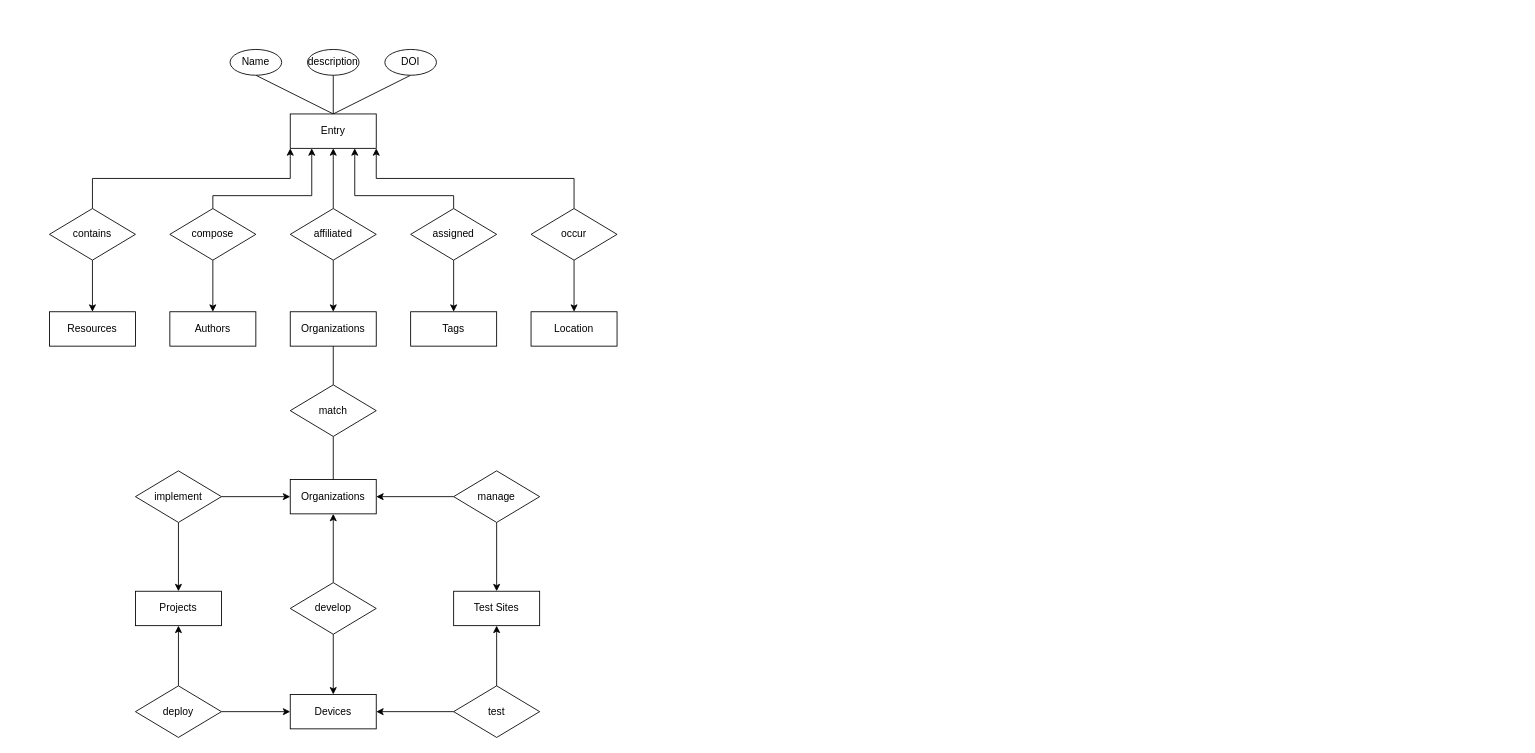
Above: resources/PRIMRE KHs tabular structure.drawio in domdecanio/primrea (draw.io), before the change. Source tidied: cells renumbered, new cells numbered last; positions are measured from the earlier drawing's top-left corner, leaving out a move shared by most shapes. Both pictures are drawn from the tidied source at 86%, with x=0, y=0 at pixel (49, 49).
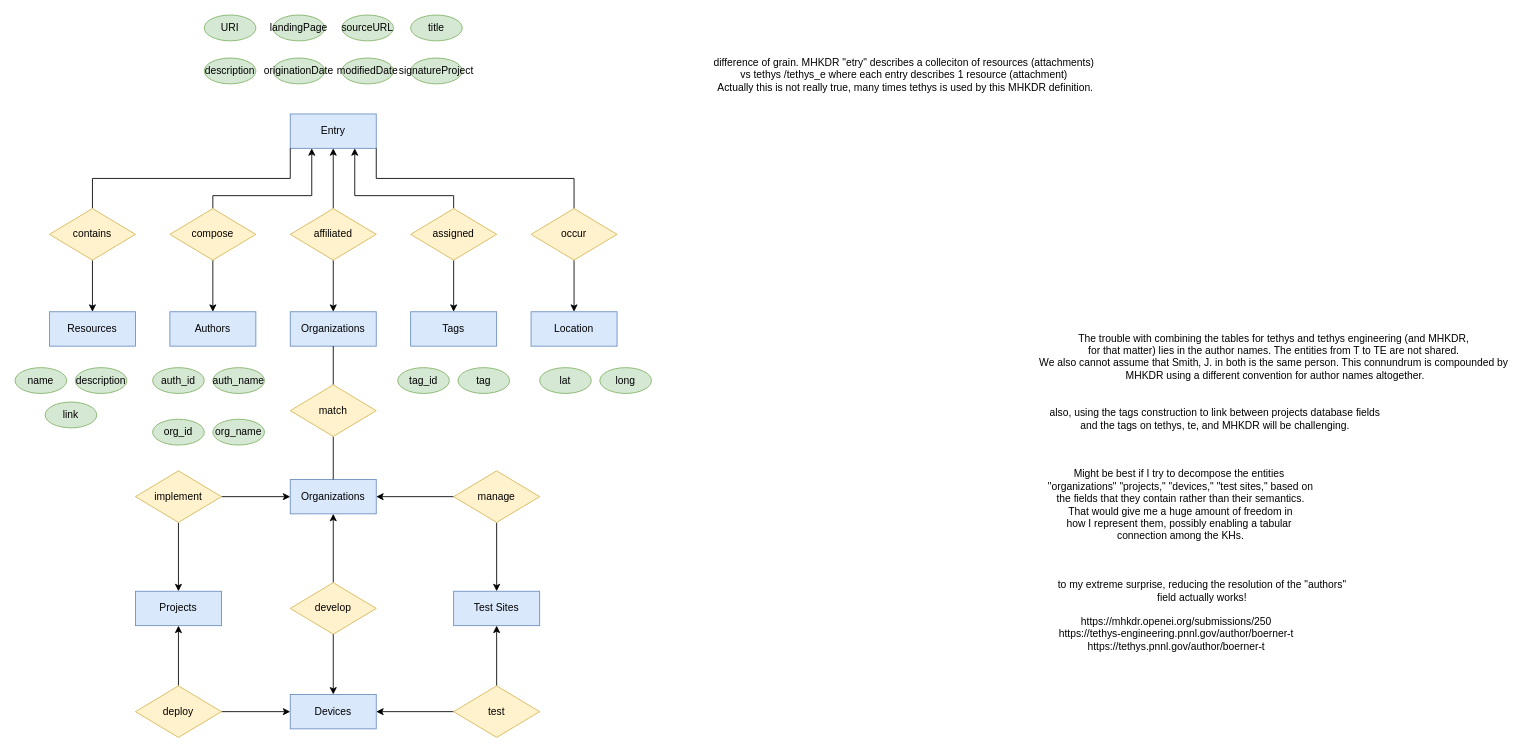
The same page after the edit.

Commit message (it also covers changes not shown here):
Enumerated variables, verified KHs, began diagram revisions

Diff of the diagram source:
```diff
@@
-    <mxCell id="2" value="Tags" style="whiteSpace=wrap;html=1;align=center;" parent="1" vertex="1">
+    <mxCell id="2" value="Tags" style="whiteSpace=wrap;html=1;align=center;fillColor=#dae8fc;strokeColor=#6c8ebf;" parent="1" vertex="1">
       <mxGeometry x="420" y="305" width="100" height="40" as="geometry" />
     </mxCell>
-    <mxCell id="3" style="edgeStyle=orthogonalEdgeStyle;rounded=0;jettySize=auto;html=1;exitX=0.5;exitY=0;exitDx=0;exitDy=0;entryX=0.5;entryY=1;entryDx=0;entryDy=0;fontFamily=Helvetica;fontSize=12;fontColor=default;endArrow=none;endFill=0;" parent="1" edge="1" source="6" target="18">
-      <mxGeometry relative="1" as="geometry" />
-    </mxCell>
-    <mxCell id="4" style="rounded=0;jettySize=auto;html=1;exitX=0.5;exitY=0;exitDx=0;exitDy=0;entryX=0.5;entryY=1;entryDx=0;entryDy=0;fontFamily=Helvetica;fontSize=12;fontColor=default;endArrow=none;endFill=0;" parent="1" edge="1" source="6" target="19">
-      <mxGeometry relative="1" as="geometry" />
-    </mxCell>
-    <mxCell id="5" style="rounded=0;jettySize=auto;html=1;exitX=0.5;exitY=0;exitDx=0;exitDy=0;entryX=0.5;entryY=1;entryDx=0;entryDy=0;fontFamily=Helvetica;fontSize=12;fontColor=default;endArrow=none;endFill=0;" parent="1" edge="1" source="6" target="17">
-      <mxGeometry relative="1" as="geometry" />
-    </mxCell>
-    <mxCell id="6" value="Entry" style="whiteSpace=wrap;html=1;align=center;" parent="1" vertex="1">
+    <mxCell id="6" value="Entry" style="whiteSpace=wrap;html=1;align=center;fillColor=#dae8fc;strokeColor=#6c8ebf;" parent="1" vertex="1">
       <mxGeometry x="280" y="75" width="100" height="40" as="geometry" />
     </mxCell>
-    <mxCell id="7" value="Authors" style="whiteSpace=wrap;html=1;align=center;" parent="1" vertex="1">
+    <mxCell id="7" value="Authors" style="whiteSpace=wrap;html=1;align=center;fillColor=#dae8fc;strokeColor=#6c8ebf;" parent="1" vertex="1">
       <mxGeometry x="140" y="305" width="100" height="40" as="geometry" />
     </mxCell>
@@
-    <mxCell id="10" value="compose" style="shape=rhombus;perimeter=rhombusPerimeter;whiteSpace=wrap;html=1;align=center;" parent="1" vertex="1">
+    <mxCell id="10" value="compose" style="shape=rhombus;perimeter=rhombusPerimeter;whiteSpace=wrap;html=1;align=center;fillColor=#fff2cc;strokeColor=#d6b656;" parent="1" vertex="1">
       <mxGeometry x="140" y="185" width="100" height="60" as="geometry" />
     </mxCell>
@@
-    <mxCell id="13" value="affiliated" style="shape=rhombus;perimeter=rhombusPerimeter;whiteSpace=wrap;html=1;align=center;" parent="1" vertex="1">
+    <mxCell id="13" value="affiliated" style="shape=rhombus;perimeter=rhombusPerimeter;whiteSpace=wrap;html=1;align=center;fillColor=#fff2cc;strokeColor=#d6b656;" parent="1" vertex="1">
       <mxGeometry x="280" y="185" width="100" height="60" as="geometry" />
     </mxCell>
@@
-    <mxCell id="16" value="assigned" style="shape=rhombus;perimeter=rhombusPerimeter;whiteSpace=wrap;html=1;align=center;" parent="1" vertex="1">
+    <mxCell id="16" value="assigned" style="shape=rhombus;perimeter=rhombusPerimeter;whiteSpace=wrap;html=1;align=center;fillColor=#fff2cc;strokeColor=#d6b656;" parent="1" vertex="1">
       <mxGeometry x="420" y="185" width="100" height="60" as="geometry" />
     </mxCell>
-    <mxCell id="17" value="Name" style="ellipse;whiteSpace=wrap;html=1;align=center;strokeColor=default;verticalAlign=middle;fontFamily=Helvetica;fontSize=12;fontColor=default;fillColor=default;" parent="1" vertex="1">
-      <mxGeometry x="210" width="60" height="30" as="geometry" />
+    <mxCell id="17" value="description" style="ellipse;whiteSpace=wrap;html=1;align=center;strokeColor=#82b366;verticalAlign=middle;fontFamily=Helvetica;fontSize=12;fillColor=#d5e8d4;" parent="1" vertex="1">
+      <mxGeometry x="180" y="10" width="60" height="30" as="geometry" />
     </mxCell>
-    <mxCell id="18" value="description" style="ellipse;whiteSpace=wrap;html=1;align=center;strokeColor=default;verticalAlign=middle;fontFamily=Helvetica;fontSize=12;fontColor=default;fillColor=default;" parent="1" vertex="1">
-      <mxGeometry x="300" width="60" height="30" as="geometry" />
+    <mxCell id="18" value="originationDate" style="ellipse;whiteSpace=wrap;html=1;align=center;strokeColor=#82b366;verticalAlign=middle;fontFamily=Helvetica;fontSize=12;fillColor=#d5e8d4;" parent="1" vertex="1">
+      <mxGeometry x="260" y="10" width="60" height="30" as="geometry" />
     </mxCell>
-    <mxCell id="19" value="DOI" style="ellipse;whiteSpace=wrap;html=1;align=center;strokeColor=default;verticalAlign=middle;fontFamily=Helvetica;fontSize=12;fontColor=default;fillColor=default;" parent="1" vertex="1">
-      <mxGeometry x="390" width="60" height="30" as="geometry" />
+    <mxCell id="19" value="modifiedDate" style="ellipse;whiteSpace=wrap;html=1;align=center;strokeColor=#82b366;verticalAlign=middle;fontFamily=Helvetica;fontSize=12;fillColor=#d5e8d4;" parent="1" vertex="1">
+      <mxGeometry x="340" y="10" width="60" height="30" as="geometry" />
     </mxCell>
-    <mxCell id="20" value="Projects" style="whiteSpace=wrap;html=1;align=center;" parent="1" vertex="1">
+    <mxCell id="20" value="Projects" style="whiteSpace=wrap;html=1;align=center;fillColor=#dae8fc;strokeColor=#6c8ebf;" parent="1" vertex="1">
       <mxGeometry x="100" y="630" width="100" height="40" as="geometry" />
     </mxCell>
-    <mxCell id="21" value="Test Sites" style="whiteSpace=wrap;html=1;align=center;" parent="1" vertex="1">
+    <mxCell id="21" value="Test Sites" style="whiteSpace=wrap;html=1;align=center;fillColor=#dae8fc;strokeColor=#6c8ebf;" parent="1" vertex="1">
       <mxGeometry x="470" y="630" width="100" height="40" as="geometry" />
     </mxCell>
-    <mxCell id="22" value="Organizations" style="whiteSpace=wrap;html=1;align=center;" parent="1" vertex="1">
+    <mxCell id="22" value="Organizations" style="whiteSpace=wrap;html=1;align=center;fillColor=#dae8fc;strokeColor=#6c8ebf;" parent="1" vertex="1">
       <mxGeometry x="280" y="500" width="100" height="40" as="geometry" />
     </mxCell>
-    <mxCell id="23" value="Devices" style="whiteSpace=wrap;html=1;align=center;" parent="1" vertex="1">
+    <mxCell id="23" value="Devices" style="whiteSpace=wrap;html=1;align=center;fillColor=#dae8fc;strokeColor=#6c8ebf;" parent="1" vertex="1">
       <mxGeometry x="280" y="750" width="100" height="40" as="geometry" />
     </mxCell>
@@
-    <mxCell id="26" value="implement" style="shape=rhombus;perimeter=rhombusPerimeter;whiteSpace=wrap;html=1;align=center;" parent="1" vertex="1">
+    <mxCell id="26" value="implement" style="shape=rhombus;perimeter=rhombusPerimeter;whiteSpace=wrap;html=1;align=center;fillColor=#fff2cc;strokeColor=#d6b656;" parent="1" vertex="1">
       <mxGeometry x="100" y="490" width="100" height="60" as="geometry" />
     </mxCell>
@@
-    <mxCell id="28" value="develop" style="shape=rhombus;perimeter=rhombusPerimeter;whiteSpace=wrap;html=1;align=center;" parent="1" vertex="1">
+    <mxCell id="28" value="develop" style="shape=rhombus;perimeter=rhombusPerimeter;whiteSpace=wrap;html=1;align=center;fillColor=#fff2cc;strokeColor=#d6b656;" parent="1" vertex="1">
       <mxGeometry x="280" y="620" width="100" height="60" as="geometry" />
     </mxCell>
@@
-    <mxCell id="31" value="deploy" style="shape=rhombus;perimeter=rhombusPerimeter;whiteSpace=wrap;html=1;align=center;" parent="1" vertex="1">
+    <mxCell id="31" value="deploy" style="shape=rhombus;perimeter=rhombusPerimeter;whiteSpace=wrap;html=1;align=center;fillColor=#fff2cc;strokeColor=#d6b656;" parent="1" vertex="1">
       <mxGeometry x="100" y="740" width="100" height="60" as="geometry" />
     </mxCell>
@@
-    <mxCell id="34" value="test" style="shape=rhombus;perimeter=rhombusPerimeter;whiteSpace=wrap;html=1;align=center;" parent="1" vertex="1">
+    <mxCell id="34" value="test" style="shape=rhombus;perimeter=rhombusPerimeter;whiteSpace=wrap;html=1;align=center;fillColor=#fff2cc;strokeColor=#d6b656;" parent="1" vertex="1">
       <mxGeometry x="470" y="740" width="100" height="60" as="geometry" />
     </mxCell>
@@
-    <mxCell id="37" value="manage" style="shape=rhombus;perimeter=rhombusPerimeter;whiteSpace=wrap;html=1;align=center;" parent="1" vertex="1">
+    <mxCell id="37" value="manage" style="shape=rhombus;perimeter=rhombusPerimeter;whiteSpace=wrap;html=1;align=center;fillColor=#fff2cc;strokeColor=#d6b656;" parent="1" vertex="1">
       <mxGeometry x="470" y="490" width="100" height="60" as="geometry" />
     </mxCell>
@@
-    <mxCell id="39" value="Organizations" style="whiteSpace=wrap;html=1;align=center;" parent="1" vertex="1">
+    <mxCell id="39" value="Organizations" style="whiteSpace=wrap;html=1;align=center;fillColor=#dae8fc;strokeColor=#6c8ebf;" parent="1" vertex="1">
       <mxGeometry x="280" y="305" width="100" height="40" as="geometry" />
     </mxCell>
-    <mxCell id="40" value="Location" style="whiteSpace=wrap;html=1;align=center;" parent="1" vertex="1">
+    <mxCell id="40" value="Location" style="whiteSpace=wrap;html=1;align=center;fillColor=#dae8fc;strokeColor=#6c8ebf;" parent="1" vertex="1">
       <mxGeometry x="560" y="305" width="100" height="40" as="geometry" />
     </mxCell>
@@
-    <mxCell id="42" style="edgeStyle=orthogonalEdgeStyle;rounded=0;jettySize=auto;html=1;exitX=0.5;exitY=0;exitDx=0;exitDy=0;entryX=1;entryY=1;entryDx=0;entryDy=0;" parent="1" edge="1" source="43" target="6">
+    <mxCell id="42" style="edgeStyle=orthogonalEdgeStyle;rounded=0;jettySize=auto;html=1;exitX=0.5;exitY=0;exitDx=0;exitDy=0;entryX=1;entryY=1;entryDx=0;entryDy=0;endArrow=none;endFill=0;" parent="1" edge="1" source="43" target="6">
       <mxGeometry relative="1" as="geometry" />
     </mxCell>
-    <mxCell id="43" value="occur" style="shape=rhombus;perimeter=rhombusPerimeter;whiteSpace=wrap;html=1;align=center;" parent="1" vertex="1">
+    <mxCell id="43" value="occur" style="shape=rhombus;perimeter=rhombusPerimeter;whiteSpace=wrap;html=1;align=center;fillColor=#fff2cc;strokeColor=#d6b656;" parent="1" vertex="1">
       <mxGeometry x="560" y="185" width="100" height="60" as="geometry" />
     </mxCell>
@@
-    <mxCell id="46" value="&lt;div&gt;m&lt;span style=&quot;background-color: initial;&quot;&gt;atch&lt;/span&gt;&lt;/div&gt;" style="shape=rhombus;perimeter=rhombusPerimeter;whiteSpace=wrap;html=1;align=center;" parent="1" vertex="1">
+    <mxCell id="46" value="&lt;div&gt;m&lt;span style=&quot;background-color: initial;&quot;&gt;atch&lt;/span&gt;&lt;/div&gt;" style="shape=rhombus;perimeter=rhombusPerimeter;whiteSpace=wrap;html=1;align=center;fillColor=#fff2cc;strokeColor=#d6b656;" parent="1" vertex="1">
       <mxGeometry x="280" y="390" width="100" height="60" as="geometry" />
     </mxCell>
-    <mxCell id="47" value="Resources" style="whiteSpace=wrap;html=1;align=center;" parent="1" vertex="1">
+    <mxCell id="47" value="Resources" style="whiteSpace=wrap;html=1;align=center;fillColor=#dae8fc;strokeColor=#6c8ebf;" parent="1" vertex="1">
       <mxGeometry y="305" width="100" height="40" as="geometry" />
     </mxCell>
@@
-    <mxCell id="49" style="edgeStyle=orthogonalEdgeStyle;rounded=0;jettySize=auto;html=1;exitX=0.5;exitY=0;exitDx=0;exitDy=0;entryX=0;entryY=1;entryDx=0;entryDy=0;" parent="1" edge="1" source="50" target="6">
+    <mxCell id="49" style="edgeStyle=orthogonalEdgeStyle;rounded=0;jettySize=auto;html=1;exitX=0.5;exitY=0;exitDx=0;exitDy=0;entryX=0;entryY=1;entryDx=0;entryDy=0;endArrow=none;endFill=0;" parent="1" edge="1" source="50" target="6">
       <mxGeometry relative="1" as="geometry" />
     </mxCell>
-    <mxCell id="50" value="contains" style="shape=rhombus;perimeter=rhombusPerimeter;whiteSpace=wrap;html=1;align=center;" parent="1" vertex="1">
+    <mxCell id="50" value="contains" style="shape=rhombus;perimeter=rhombusPerimeter;whiteSpace=wrap;html=1;align=center;fillColor=#fff2cc;strokeColor=#d6b656;" parent="1" vertex="1">
       <mxGeometry y="185" width="100" height="60" as="geometry" />
     </mxCell>
+    <mxCell id="51" value="The trouble with combining the tables for tethys and tethys engineering (and MHKDR,&amp;nbsp;&lt;div&gt;for that matter) lies in the author names. The entities from T to TE are not shared.&amp;nbsp;&lt;/div&gt;&lt;div&gt;We also cannot assume that Smith, J. in both is the same person. This connundrum is compounded by&amp;nbsp;&lt;/div&gt;&lt;div&gt;MHKDR using a different convention for author names altogether.&lt;div&gt;&lt;br&gt;&lt;/div&gt;&lt;/div&gt;" style="text;html=1;align=center;verticalAlign=middle;strokeColor=none;fillColor=none;fontFamily=Helvetica;fontSize=12;fontColor=default;" parent="1" vertex="1">
+      <mxGeometry x="1140" y="320" width="570" height="90" as="geometry" />
+    </mxCell>
+    <mxCell id="52" value="also, using the tags construction to link between projects database fields&lt;div&gt;and the tags on tethys, te, and MHKDR will be challenging.&lt;/div&gt;" style="text;html=1;align=center;verticalAlign=middle;strokeColor=none;fillColor=none;fontFamily=Helvetica;fontSize=12;fontColor=default;" parent="1" vertex="1">
+      <mxGeometry x="1150" y="410" width="410" height="40" as="geometry" />
+    </mxCell>
+    <mxCell id="53" value="Might be best if I try to decompose the entities&amp;nbsp;&lt;div&gt;&quot;organizations&quot; &quot;projects,&quot; &quot;devices,&quot; &quot;test sites,&quot; based on&lt;/div&gt;&lt;div&gt;the fields that they contain rather than their semantics.&lt;/div&gt;&lt;div&gt;That would give me a huge amount of freedom in&lt;/div&gt;&lt;div&gt;how I represent them, possibly enabling a tabular&amp;nbsp;&lt;/div&gt;&lt;div&gt;connection among the KHs.&lt;/div&gt;" style="text;html=1;align=center;verticalAlign=middle;strokeColor=none;fillColor=none;fontFamily=Helvetica;fontSize=12;fontColor=default;" parent="1" vertex="1">
+      <mxGeometry x="1150" y="480" width="330" height="100" as="geometry" />
+    </mxCell>
+    <mxCell id="54" value="to my extreme surprise, reducing the resolution of the &quot;authors&quot;&lt;div&gt;field actually works!&lt;/div&gt;" style="text;html=1;align=center;verticalAlign=middle;strokeColor=none;fillColor=none;" parent="1" vertex="1">
+      <mxGeometry x="1160" y="610" width="360" height="40" as="geometry" />
+    </mxCell>
+    <mxCell id="55" value="https://mhkdr.openei.org/submissions/250&lt;div&gt;https://tethys-engineering.pnnl.gov/author/boerner-t&lt;br&gt;&lt;/div&gt;&lt;div&gt;https://tethys.pnnl.gov/author/boerner-t&lt;br&gt;&lt;/div&gt;" style="text;html=1;align=center;verticalAlign=middle;strokeColor=none;fillColor=none;" parent="1" vertex="1">
+      <mxGeometry x="1160" y="650" width="300" height="60" as="geometry" />
+    </mxCell>
+    <mxCell id="56" value="signatureProject" style="ellipse;whiteSpace=wrap;html=1;align=center;strokeColor=#82b366;verticalAlign=middle;fontFamily=Helvetica;fontSize=12;fillColor=#d5e8d4;" parent="1" vertex="1">
+      <mxGeometry x="420" y="10" width="60" height="30" as="geometry" />
+    </mxCell>
+    <mxCell id="57" value="URI" style="ellipse;whiteSpace=wrap;html=1;align=center;strokeColor=#82b366;verticalAlign=middle;fontFamily=Helvetica;fontSize=12;fillColor=#d5e8d4;" parent="1" vertex="1">
+      <mxGeometry x="180" y="-40" width="60" height="30" as="geometry" />
+    </mxCell>
+    <mxCell id="58" value="landingPage" style="ellipse;whiteSpace=wrap;html=1;align=center;strokeColor=#82b366;verticalAlign=middle;fontFamily=Helvetica;fontSize=12;fillColor=#d5e8d4;" parent="1" vertex="1">
+      <mxGeometry x="260" y="-40" width="60" height="30" as="geometry" />
+    </mxCell>
+    <mxCell id="59" value="sourceURL" style="ellipse;whiteSpace=wrap;html=1;align=center;strokeColor=#82b366;verticalAlign=middle;fontFamily=Helvetica;fontSize=12;fillColor=#d5e8d4;" parent="1" vertex="1">
+      <mxGeometry x="340" y="-40" width="60" height="30" as="geometry" />
+    </mxCell>
+    <mxCell id="60" value="title" style="ellipse;whiteSpace=wrap;html=1;align=center;strokeColor=#82b366;verticalAlign=middle;fontFamily=Helvetica;fontSize=12;fillColor=#d5e8d4;" parent="1" vertex="1">
+      <mxGeometry x="420" y="-40" width="60" height="30" as="geometry" />
+    </mxCell>
+    <mxCell id="61" value="description" style="ellipse;whiteSpace=wrap;html=1;align=center;strokeColor=#82b366;verticalAlign=middle;fontFamily=Helvetica;fontSize=12;fillColor=#d5e8d4;" parent="1" vertex="1">
+      <mxGeometry x="30" y="370" width="60" height="30" as="geometry" />
+    </mxCell>
+    <mxCell id="62" value="name" style="ellipse;whiteSpace=wrap;html=1;align=center;strokeColor=#82b366;verticalAlign=middle;fontFamily=Helvetica;fontSize=12;fillColor=#d5e8d4;" parent="1" vertex="1">
+      <mxGeometry x="-40" y="370" width="60" height="30" as="geometry" />
+    </mxCell>
+    <mxCell id="63" value="difference of grain. MHKDR &quot;etry&quot; describes a colleciton of resources (attachments)&amp;nbsp;&lt;div&gt;vs tethys /tethys_e where each entry describes 1 resource (attachment)&amp;nbsp;&lt;/div&gt;&lt;div&gt;Actually this is not really true, many times tethys is used by this MHKDR definition.&lt;/div&gt;" style="text;html=1;align=center;verticalAlign=middle;strokeColor=none;fillColor=none;" parent="1" vertex="1">
+      <mxGeometry x="760" width="470" height="60" as="geometry" />
+    </mxCell>
+    <mxCell id="64" value="link" style="ellipse;whiteSpace=wrap;html=1;align=center;strokeColor=#82b366;verticalAlign=middle;fontFamily=Helvetica;fontSize=12;fillColor=#d5e8d4;" parent="1" vertex="1">
+      <mxGeometry x="-5" y="410" width="60" height="30" as="geometry" />
+    </mxCell>
+    <mxCell id="65" value="auth_name" style="ellipse;whiteSpace=wrap;html=1;align=center;strokeColor=#82b366;verticalAlign=middle;fontFamily=Helvetica;fontSize=12;fillColor=#d5e8d4;" parent="1" vertex="1">
+      <mxGeometry x="190" y="370" width="60" height="30" as="geometry" />
+    </mxCell>
+    <mxCell id="66" value="auth_id" style="ellipse;whiteSpace=wrap;html=1;align=center;strokeColor=#82b366;verticalAlign=middle;fontFamily=Helvetica;fontSize=12;fillColor=#d5e8d4;" parent="1" vertex="1">
+      <mxGeometry x="120" y="370" width="60" height="30" as="geometry" />
+    </mxCell>
+    <mxCell id="67" value="tag" style="ellipse;whiteSpace=wrap;html=1;align=center;strokeColor=#82b366;verticalAlign=middle;fontFamily=Helvetica;fontSize=12;fillColor=#d5e8d4;" parent="1" vertex="1">
+      <mxGeometry x="475" y="370" width="60" height="30" as="geometry" />
+    </mxCell>
+    <mxCell id="68" value="tag_id" style="ellipse;whiteSpace=wrap;html=1;align=center;strokeColor=#82b366;verticalAlign=middle;fontFamily=Helvetica;fontSize=12;fillColor=#d5e8d4;" parent="1" vertex="1">
+      <mxGeometry x="405" y="370" width="60" height="30" as="geometry" />
+    </mxCell>
+    <mxCell id="69" value="lat" style="ellipse;whiteSpace=wrap;html=1;align=center;strokeColor=#82b366;verticalAlign=middle;fontFamily=Helvetica;fontSize=12;fillColor=#d5e8d4;" parent="1" vertex="1">
+      <mxGeometry x="570" y="370" width="60" height="30" as="geometry" />
+    </mxCell>
+    <mxCell id="70" value="long" style="ellipse;whiteSpace=wrap;html=1;align=center;strokeColor=#82b366;verticalAlign=middle;fontFamily=Helvetica;fontSize=12;fillColor=#d5e8d4;" parent="1" vertex="1">
+      <mxGeometry x="640" y="370" width="60" height="30" as="geometry" />
+    </mxCell>
+    <mxCell id="71" value="org_name" style="ellipse;whiteSpace=wrap;html=1;align=center;strokeColor=#82b366;verticalAlign=middle;fontFamily=Helvetica;fontSize=12;fillColor=#d5e8d4;" parent="1" vertex="1">
+      <mxGeometry x="190" y="430" width="60" height="30" as="geometry" />
+    </mxCell>
+    <mxCell id="72" value="org_id" style="ellipse;whiteSpace=wrap;html=1;align=center;strokeColor=#82b366;verticalAlign=middle;fontFamily=Helvetica;fontSize=12;fillColor=#d5e8d4;" parent="1" vertex="1">
+      <mxGeometry x="120" y="430" width="60" height="30" as="geometry" />
+    </mxCell>
```
